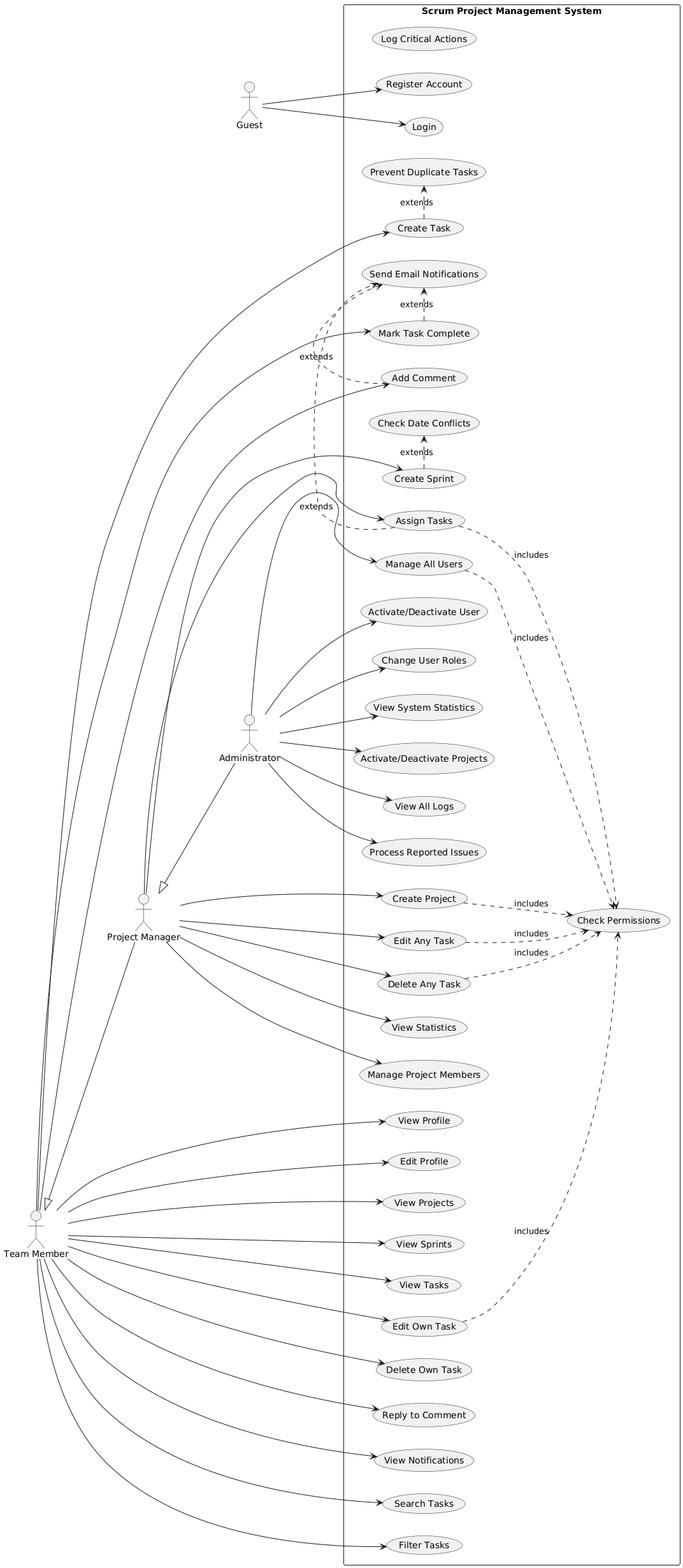
Earlier version of the PlantUML export db/sos.png (idhsn/Athena). Source of this version:
```plantuml
@startuml
left to right direction

actor Guest
actor "Team Member" as Member
actor "Project Manager" as Manager
actor Administrator as Admin

rectangle "Scrum Project Management System" {
  Guest --> (Register Account)
  Guest --> (Login)

  Member --> (View Profile)
  Member --> (Edit Profile)
  Member --> (View Projects)
  Member --> (View Sprints)
  Member --> (View Tasks)
  Member --> (Create Task)
  Member --> (Edit Own Task)
  Member --> (Delete Own Task)
  Member --> (Mark Task Complete)
  Member --> (Add Comment)
  Member --> (Reply to Comment)
  Member --> (View Notifications)
  Member --> (Search Tasks)
  Member --> (Filter Tasks)

  Manager --> (Create Project)
  Manager --> (Create Sprint)
  Manager --> (Assign Tasks)
  Manager --> (Edit Any Task)
  Manager --> (Delete Any Task)
  Manager --> (View Statistics)
  Manager --> (Manage Project Members)

  Admin --> (Manage All Users)
  Admin --> (Activate/Deactivate User)
  Admin --> (Change User Roles)
  Admin --> (View System Statistics)
  Admin --> (Activate/Deactivate Projects)
  Admin --> (View All Logs)
  Admin --> (Process Reported Issues)

  usecase "Check Permissions" as UC_Permissions
  usecase "Send Email Notifications" as UC_Emails
  usecase "Prevent Duplicate Tasks" as UC_Duplicate
  usecase "Check Date Conflicts" as UC_DateConflict
  usecase "Log Critical Actions" as UC_Logging

  Member <|-- Manager
  Manager <|-- Admin

  (Create Task) .> UC_Duplicate : extends
  (Create Sprint) .> UC_DateConflict : extends
  (Mark Task Complete) .> UC_Emails : extends
  (Assign Tasks) .> UC_Emails : extends
  (Add Comment) .> UC_Emails : extends

  (Create Project) ..> UC_Permissions : includes
  (Assign Tasks) ..> UC_Permissions : includes
  (Edit Any Task) ..> UC_Permissions : includes
  (Delete Any Task) ..> UC_Permissions : includes
  (Manage All Users) ..> UC_Permissions : includes
  (Edit Own Task) ..> UC_Permissions : includes
}
@enduml
```
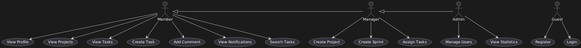
The same diagram one commit later.

Commit message:
modifications in the UML after understanding the project properly + creating the db

Change to the diagram source:
```diff
@@ -1,66 +1,27 @@
 @startuml
-left to right direction
+actor Guest
+actor Member
+actor Manager
+actor Admin
 
-actor Guest
-actor "Team Member" as Member
-actor "Project Manager" as Manager
-actor Administrator as Admin
+Guest --> (Register)
+Guest --> (Login)
 
-rectangle "Scrum Project Management System" {
-  Guest --> (Register Account)
-  Guest --> (Login)
+Member --> (View Profile)
+Member --> (View Projects)
+Member --> (View Tasks)
+Member --> (Create Task)
+Member --> (Add Comment)
+Member --> (View Notifications)
+Member --> (Search Tasks)
 
-  Member --> (View Profile)
-  Member --> (Edit Profile)
-  Member --> (View Projects)
-  Member --> (View Sprints)
-  Member --> (View Tasks)
-  Member --> (Create Task)
-  Member --> (Edit Own Task)
-  Member --> (Delete Own Task)
-  Member --> (Mark Task Complete)
-  Member --> (Add Comment)
-  Member --> (Reply to Comment)
-  Member --> (View Notifications)
-  Member --> (Search Tasks)
-  Member --> (Filter Tasks)
+Manager --> (Create Project)
+Manager --> (Create Sprint)
+Manager --> (Assign Tasks)
 
-  Manager --> (Create Project)
-  Manager --> (Create Sprint)
-  Manager --> (Assign Tasks)
-  Manager --> (Edit Any Task)
-  Manager --> (Delete Any Task)
-  Manager --> (View Statistics)
-  Manager --> (Manage Project Members)
+Admin --> (Manage Users)
+Admin --> (View Statistics)
 
-  Admin --> (Manage All Users)
-  Admin --> (Activate/Deactivate User)
-  Admin --> (Change User Roles)
-  Admin --> (View System Statistics)
-  Admin --> (Activate/Deactivate Projects)
-  Admin --> (View All Logs)
-  Admin --> (Process Reported Issues)
-
-  usecase "Check Permissions" as UC_Permissions
-  usecase "Send Email Notifications" as UC_Emails
-  usecase "Prevent Duplicate Tasks" as UC_Duplicate
-  usecase "Check Date Conflicts" as UC_DateConflict
-  usecase "Log Critical Actions" as UC_Logging
-
-  Member <|-- Manager
-  Manager <|-- Admin
-
-  (Create Task) .> UC_Duplicate : extends
-  (Create Sprint) .> UC_DateConflict : extends
-  (Mark Task Complete) .> UC_Emails : extends
-  (Assign Tasks) .> UC_Emails : extends
-  (Add Comment) .> UC_Emails : extends
-
-  (Create Project) ..> UC_Permissions : includes
-  (Assign Tasks) ..> UC_Permissions : includes
-  (Edit Any Task) ..> UC_Permissions : includes
-  (Delete Any Task) ..> UC_Permissions : includes
-  (Manage All Users) ..> UC_Permissions : includes
-  (Edit Own Task) ..> UC_Permissions : includes
-}
+Member <|- Manager
+Manager <|- Admin
 @enduml
```
